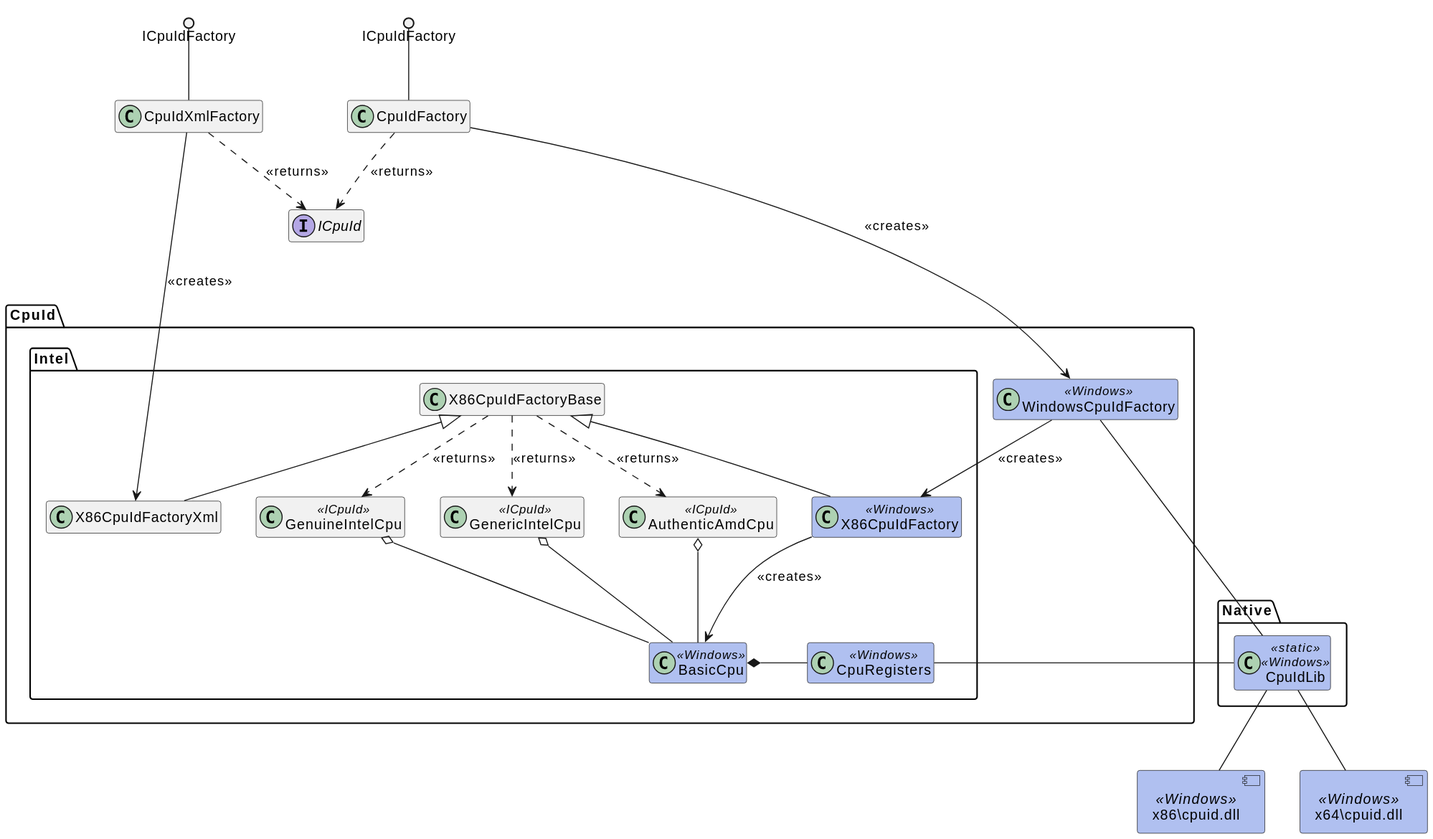
The PlantUML diagram CpuId/docs/assets/CpuIdFactory/CpuIdFactory.svg in jcurl/RJCP.DLL.CpuId, before a commit.
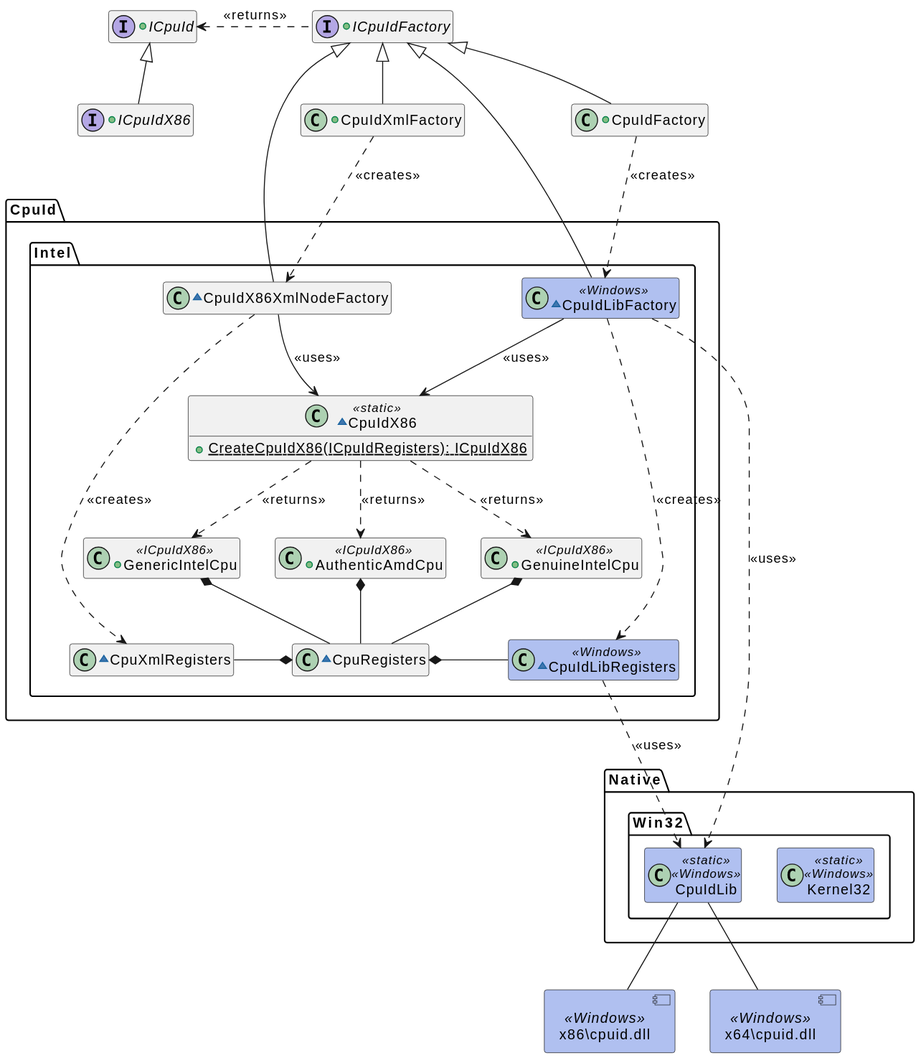
After the commit.

Change to the diagram source:
```diff
@@ -8,64 +8,86 @@
 skinparam class {
     BackgroundColor<<Windows>> #B0C0F0
 }
+skinparam class {
+    BackgroundColor<<Linux>> #FFF8D0
+}
 
-enum CpuVendor
-hide CpuVendor
++interface ICpuIdFactory {
+}
++interface ICpuId {
+}
+ICpuIdFactory .l.> ICpuId : <<returns>>
 
-interface ICpuId { }
-
-
-class CpuIdXmlFactory { }
-class CpuIdFactory { }
++interface ICpuIdX86 {
+}
+ICpuId <|-d- ICpuIdX86
 
 component [x86\\cpuid.dll] as x86cpuidwin <<Windows>>
 component [x64\\cpuid.dll] as x64cpuidwin <<Windows>>
 
-ICpuIdFactory ()-- CpuIdXmlFactory
-ICpuIdFactory ()-- CpuIdFactory
+namespace Native {
+    namespace Win32 {
+        class CpuIdLib <<static>> <<Windows>>
+        class Kernel32 <<static>> <<Windows>>
 
-namespace Native {
-    class CpuIdLib <<static>> <<Windows>>
+        CpuIdLib -d- x86cpuidwin
+        CpuIdLib -d- x64cpuidwin
+    }
 }
 
 namespace CpuId {
-    class WindowsCpuIdFactory <<Windows>> { }
+    namespace Intel {
+        ~class CpuIdX86 <<static>> {
+            +{static} CreateCpuIdX86(ICpuIdRegisters): ICpuIdX86
+        }
+        ~class CpuIdLibFactory <<Windows>> {
+        }
+        ICpuIdFactory <|-d- CpuIdLibFactory
+        ~class CpuIdX86XmlNodeFactory {
+        }
+        ICpuIdFactory <|-d-- CpuIdX86XmlNodeFactory
 
-    namespace CpuId.Intel {
-        class X86CpuIdFactoryBase { }
-        class X86CpuIdFactory <<Windows>> { }
-        class X86CpuIdFactoryXml { }
+        ~class CpuRegisters {
+        }
+        ~class CpuIdLibRegisters <<Windows>> {
+        }
+        ~class CpuXmlRegisters {
+        }
 
-        class BasicCpu <<Windows>> { }
-        class CpuRegisters <<Windows>> { }
+        +class GenuineIntelCpu <<ICpuIdX86>> {
+        }
+        +class GenericIntelCpu <<ICpuIdX86>> {
+        }
+        +class AuthenticAmdCpu <<ICpuIdX86>> {
+        }
 
-        class GenuineIntelCpu <<ICpuId>> { }
-        class GenericIntelCpu <<ICpuId>> { }
-        class AuthenticAmdCpu <<ICpuId>> { }
+        GenuineIntelCpu *-d- CpuRegisters
+        GenericIntelCpu *-d- CpuRegisters
+        AuthenticAmdCpu *-d- CpuRegisters
+
+        CpuIdLibFactory -d-> CpuIdX86 : <<uses>>
+        CpuIdLibFactory .d...> CpuIdLibRegisters : <<creates>>
+        CpuIdLibFactory .d.> Native.Win32.CpuIdLib : <<uses>>
+        CpuIdLibRegisters .d.> Native.Win32.CpuIdLib : <<uses>>
+        CpuRegisters *-r- CpuIdLibRegisters
+
+        CpuIdX86 ..> GenuineIntelCpu : <<returns>>
+        CpuIdX86 ..> GenericIntelCpu : <<returns>>
+        CpuIdX86 ..> AuthenticAmdCpu : <<returns>>
+
+        CpuIdX86XmlNodeFactory -d-> CpuIdX86 : <<uses>>
+        CpuIdX86XmlNodeFactory .d...> CpuXmlRegisters : <<creates>>
+        CpuRegisters *-l- CpuXmlRegisters
     }
 }
 
-CpuId.Intel.X86CpuIdFactoryBase <|-d- CpuId.Intel.X86CpuIdFactory
-CpuId.Intel.X86CpuIdFactory -d-> CpuId.Intel.BasicCpu : <<creates>>
-CpuId.Intel.GenuineIntelCpu o-d- CpuId.Intel.BasicCpu
-CpuId.Intel.GenericIntelCpu o-d- CpuId.Intel.BasicCpu
-CpuId.Intel.AuthenticAmdCpu o-d- CpuId.Intel.BasicCpu
-CpuId.Intel.BasicCpu *-r- CpuId.Intel.CpuRegisters
-CpuId.Intel.CpuRegisters -r- Native.CpuIdLib
++class CpuIdFactory {
+}
+ICpuIdFactory <|-d- CpuIdFactory
+CpuIdFactory .d.> CpuId.Intel.CpuIdLibFactory : <<creates>>
 
-CpuIdFactory -d--> CpuId.WindowsCpuIdFactory : <<creates>>
-CpuIdFactory .d.> ICpuId : <<returns>>
-
-CpuId.WindowsCpuIdFactory --> CpuId.Intel.X86CpuIdFactory : <<creates>>
-CpuId.WindowsCpuIdFactory -- Native.CpuIdLib
-Native.CpuIdLib -- x86cpuidwin
-Native.CpuIdLib -- x64cpuidwin
-
-CpuId.Intel.X86CpuIdFactoryBase ..> CpuId.Intel.GenuineIntelCpu : <<returns>>
-CpuId.Intel.X86CpuIdFactoryBase ..> CpuId.Intel.GenericIntelCpu : <<returns>>
-CpuId.Intel.X86CpuIdFactoryBase ..> CpuId.Intel.AuthenticAmdCpu : <<returns>>
-
-CpuIdXmlFactory -d---> CpuId.Intel.X86CpuIdFactoryXml : <<creates>>
-CpuIdXmlFactory .d.> ICpuId : <<returns>>
-CpuId.Intel.X86CpuIdFactoryBase <|-- CpuId.Intel.X86CpuIdFactoryXml
++class CpuIdXmlFactory {
+}
+ICpuIdFactory <|-d- CpuIdXmlFactory
+CpuIdXmlFactory .d.> CpuId.Intel.CpuIdX86XmlNodeFactory : <<creates>>
 @enduml
```
